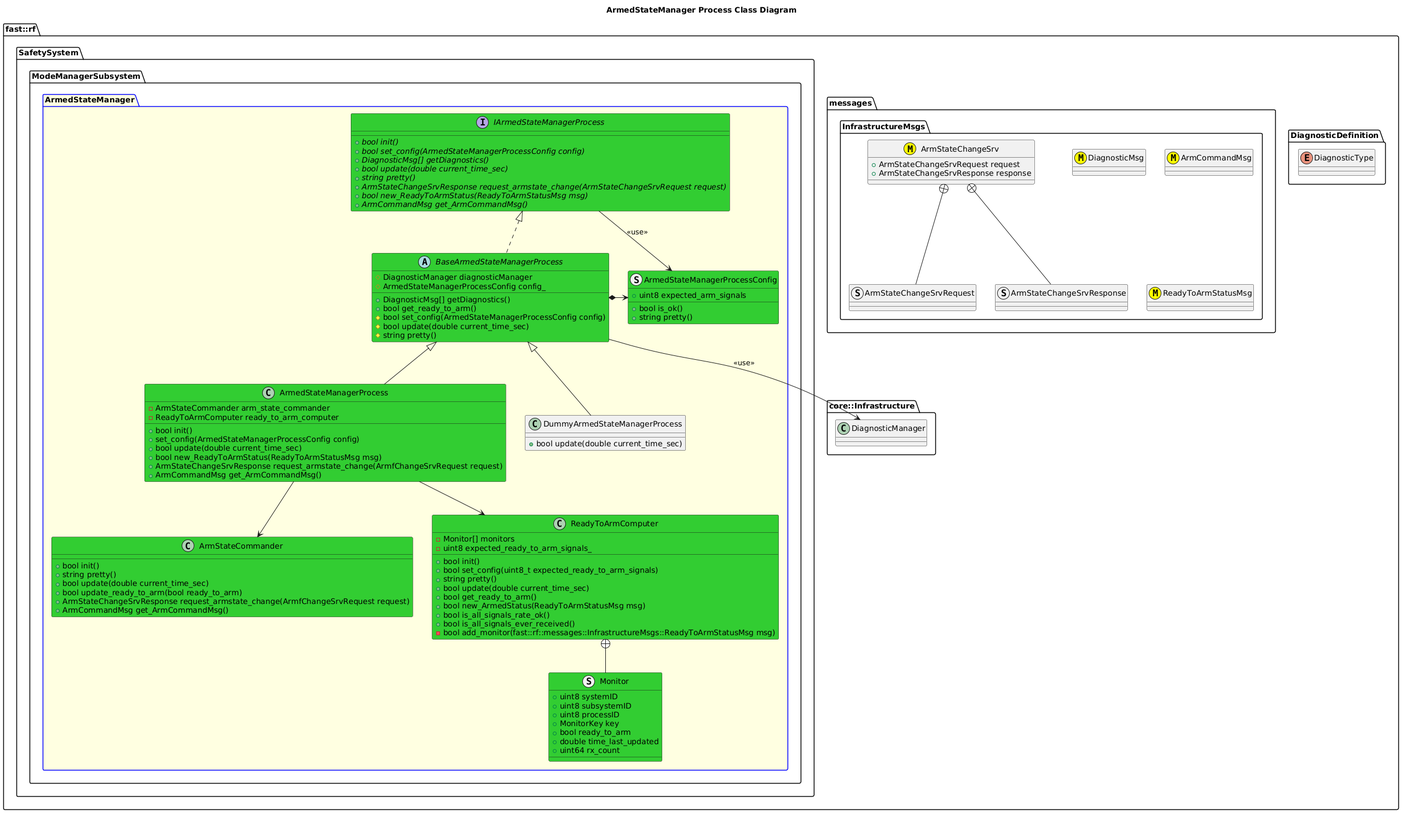
The PlantUML diagram Systems/Safety/Subsystems/ModeManager/Processes/ArmedStateManager/doc/puml/ArmedStateManagerProcessClassDiagram.png in fastrobotics/robot_framework, before a commit.
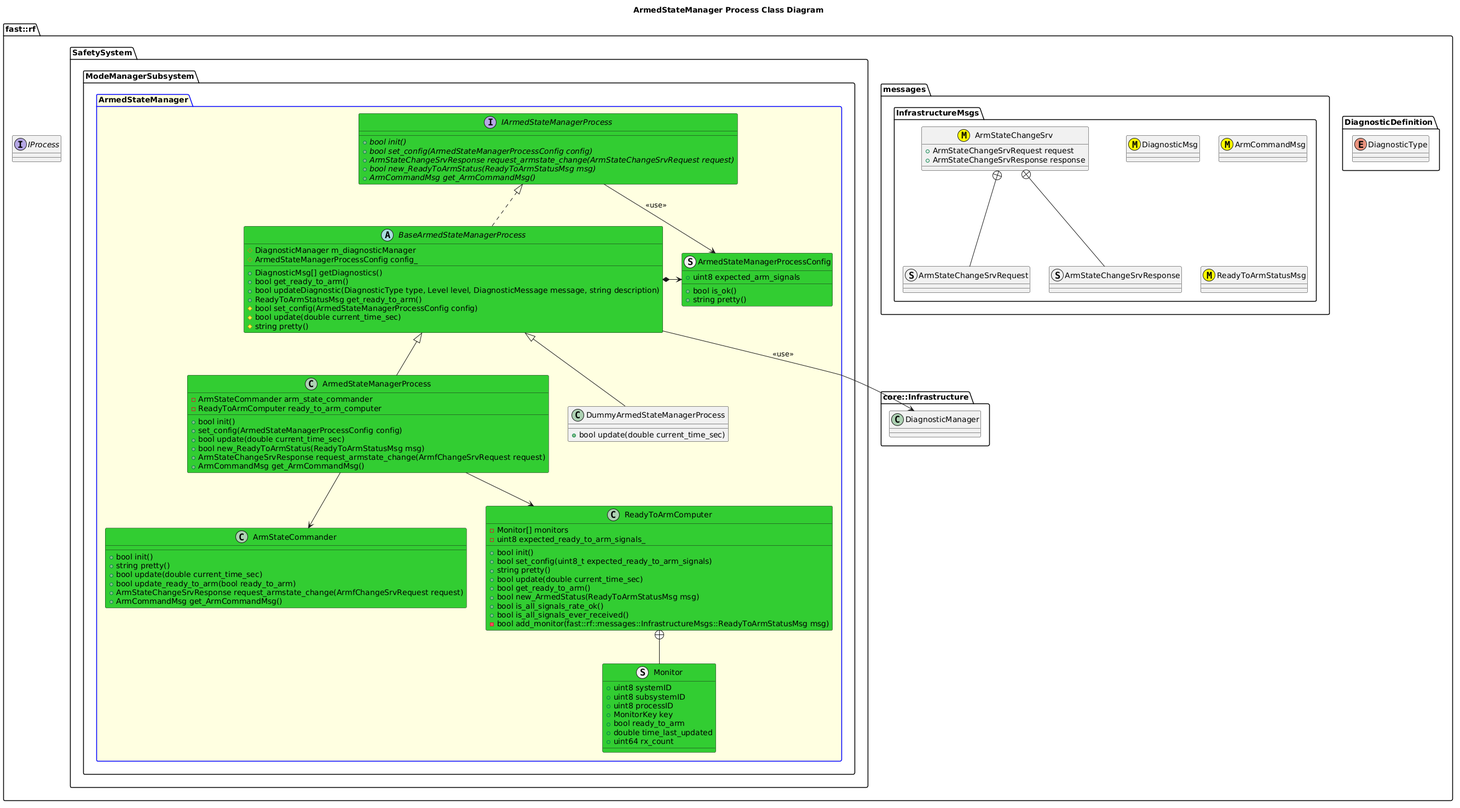
After the change.

Diff of the diagram source:
```diff
@@ -23,6 +23,7 @@
   namespace core::Infrastructure {
     class DiagnosticManager
   }
+  interface IProcess
   namespace SafetySystem {
     namespace ModeManagerSubsystem {
       package ArmedStateManager #LightYellow;line:blue {
@@ -66,9 +67,6 @@
         interface IArmedStateManagerProcess #LimeGreen {
           +{abstract} bool init()
           +{abstract} bool set_config(ArmedStateManagerProcessConfig config)
-          +{abstract} DiagnosticMsg[] getDiagnostics()
-          +{abstract} bool update(double current_time_sec)
-          +{abstract} string pretty()
           +{abstract} ArmStateChangeSrvResponse request_armstate_change(ArmStateChangeSrvRequest request)
           +{abstract} bool new_ReadyToArmStatus(ReadyToArmStatusMsg msg)
           +{abstract} ArmCommandMsg get_ArmCommandMsg()
@@ -78,10 +76,12 @@
 
           +DiagnosticMsg[] getDiagnostics()
           +bool get_ready_to_arm()
-          #bool set_config(ArmedStateManagerProcessConfig config)
+	  +bool updateDiagnostic(DiagnosticType type, Level level, DiagnosticMessage message, string description)
+          +ReadyToArmStatusMsg get_ready_to_arm()
+	  #bool set_config(ArmedStateManagerProcessConfig config)
           #bool update(double current_time_sec)
           #string pretty()
-          #DiagnosticManager diagnosticManager
+          #DiagnosticManager m_diagnosticManager
           #ArmedStateManagerProcessConfig config_
 
         }
```
